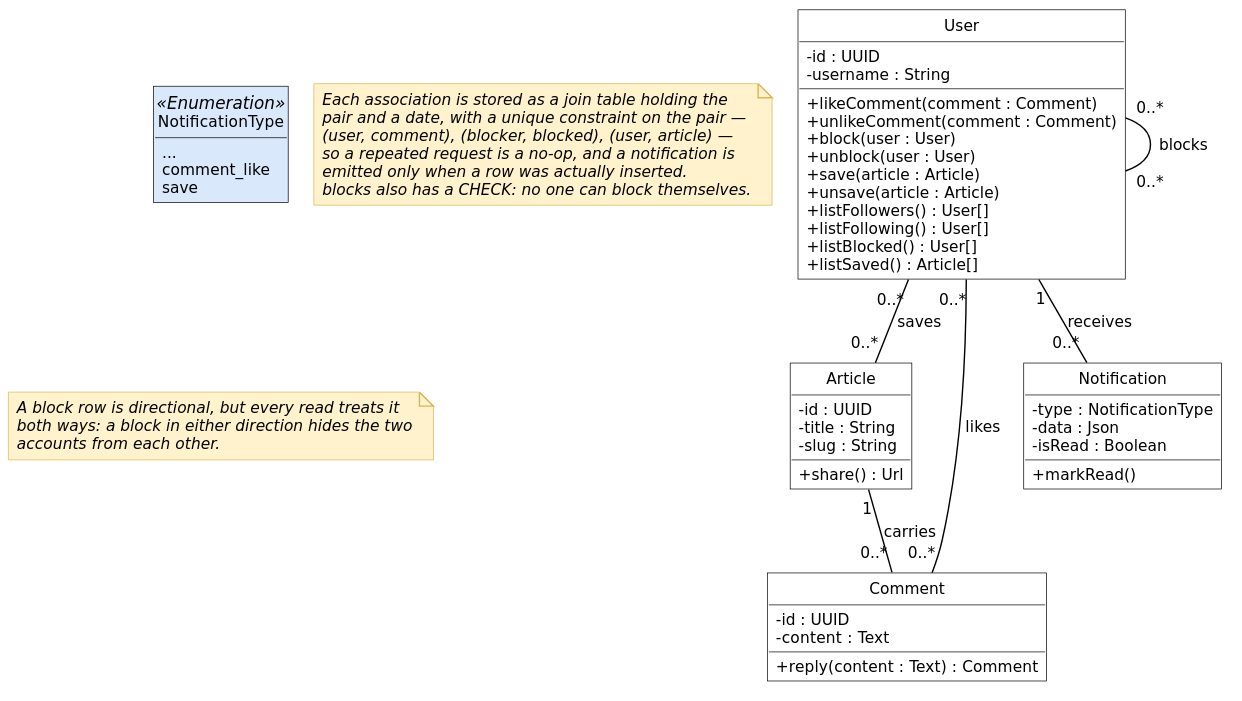
This is diagrams/fig-7-2-classes-sprint-7/fig-7-2-classes-sprint-7.svg from inkwell-dev/spec.inkwell.ai, a PlantUML export, as it was before one commit.
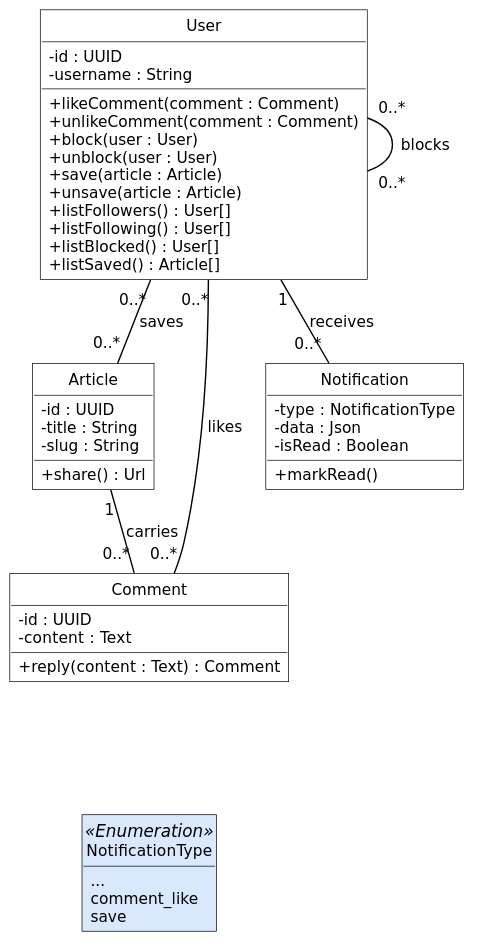
Above is the later version.

What changed in the source:
```diff
@@ -49,18 +49,5 @@
 User "1" -- "0..*" Notification : receives
 Article "1" -- "0..*" Comment : carries
 
-note as N1
-  Each association is stored as a join table holding the
-  pair and a date, with a unique constraint on the pair —
-  (user, comment), (blocker, blocked), (user, article) —
-  so a repeated request is a no-op, and a notification is
-  emitted only when a row was actually inserted.
-  blocks also has a CHECK: no one can block themselves.
-end note
-
-note as N2
-  A block row is directional, but every read treats it
-  both ways: a block in either direction hides the two
-  accounts from each other.
-end note
+Comment -[hidden]-- NotificationType
 @enduml
```
